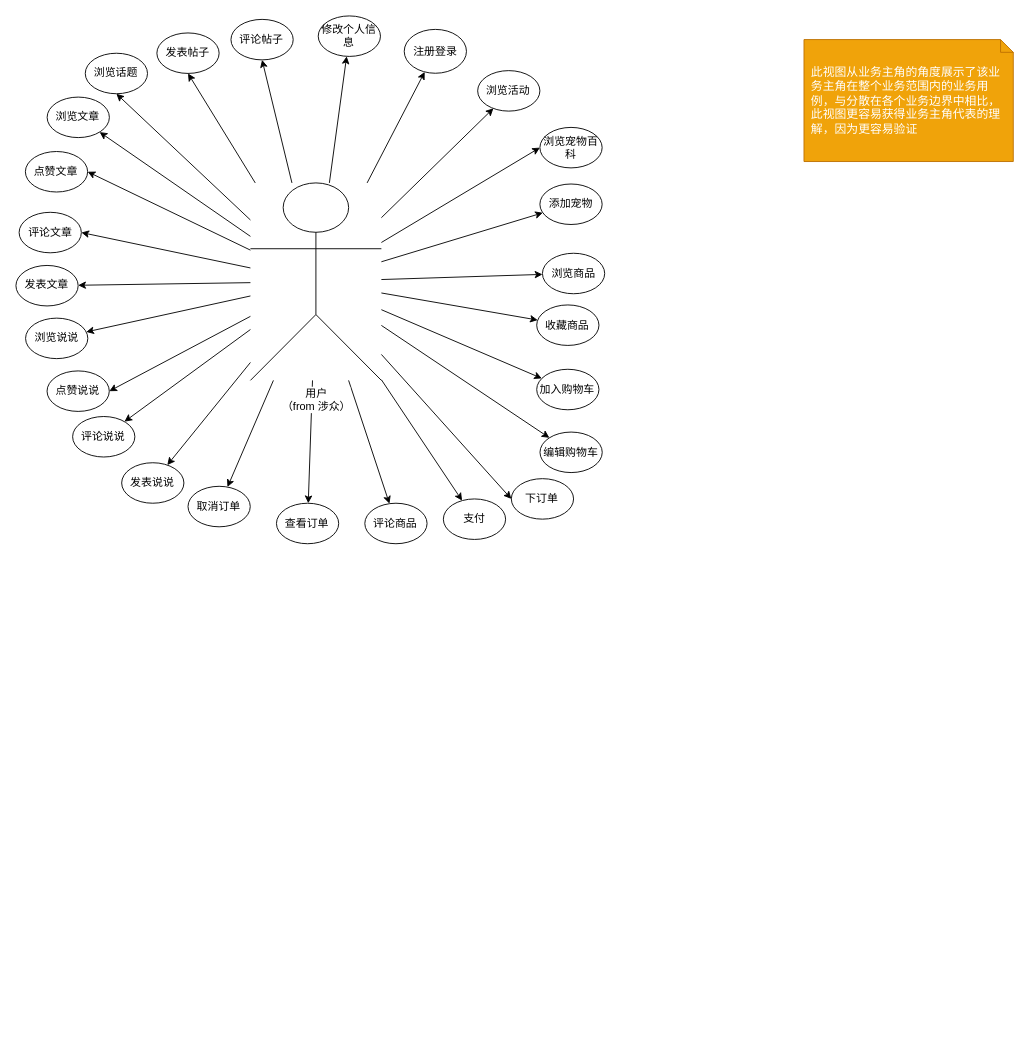
Above: uml-业务模型.drawio in JMHello/draw (draw.io), before the change. Source tidied: cells renumbered, new cells numbered last; positions are measured from the earlier drawing's top-left corner, leaving out a move shared by most shapes. Both pictures are drawn from the tidied source at 91%, with x=0, y=0 at pixel (15, 15).
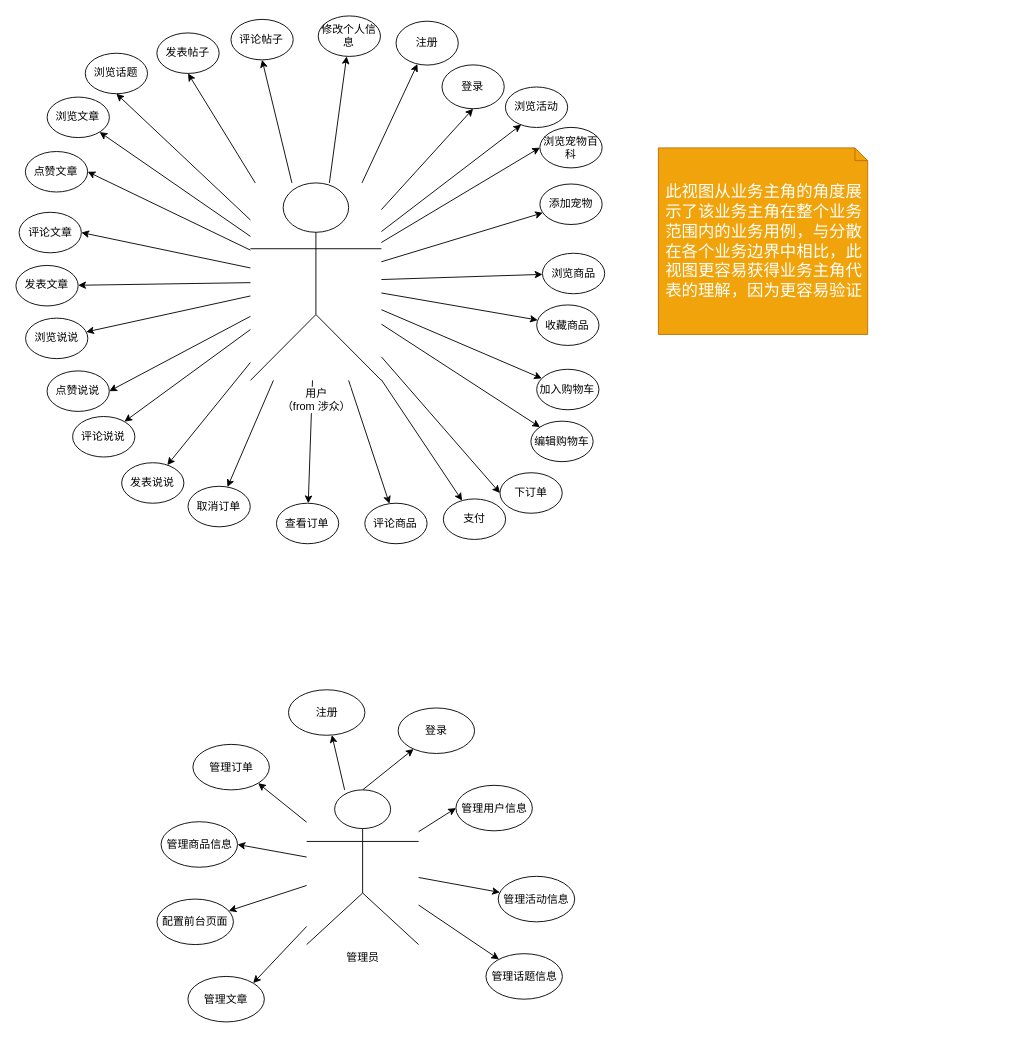
The same diagram, later.

The change refers to these unchanged cells:
```xml
<mxCell id="53" value="用户&lt;br&gt;（from 涉众）&lt;br&gt;" style="shape=umlActor;verticalLabelPosition=bottom;labelBackgroundColor=#ffffff;verticalAlign=top;html=1;" parent="1" vertex="1">
  <mxGeometry x="257.7" y="183.5" width="143.9" height="217" as="geometry" />
</mxCell>
```

The edit, as a diff of the source:
```diff
@@
+    <mxCell id="54" style="edgeStyle=none;rounded=0;jettySize=auto;html=1;" parent="1" edge="1" source="63" target="64">
+      <mxGeometry relative="1" as="geometry" />
+    </mxCell>
+    <mxCell id="55" style="edgeStyle=none;rounded=0;jettySize=auto;html=1;exitX=0.5;exitY=0;exitDx=0;exitDy=0;exitPerimeter=0;" parent="1" edge="1" source="63" target="65">
+      <mxGeometry relative="1" as="geometry" />
+    </mxCell>
+    <mxCell id="56" style="edgeStyle=none;rounded=0;jettySize=auto;html=1;entryX=0;entryY=0.5;entryDx=0;entryDy=0;" parent="1" edge="1" source="63" target="66">
+      <mxGeometry relative="1" as="geometry" />
+    </mxCell>
+    <mxCell id="57" style="edgeStyle=none;rounded=0;jettySize=auto;html=1;" parent="1" edge="1" source="63" target="67">
+      <mxGeometry relative="1" as="geometry" />
+    </mxCell>
+    <mxCell id="58" style="edgeStyle=none;rounded=0;jettySize=auto;html=1;" parent="1" edge="1" source="63" target="68">
+      <mxGeometry relative="1" as="geometry" />
+    </mxCell>
+    <mxCell id="59" style="edgeStyle=none;rounded=0;jettySize=auto;html=1;entryX=1;entryY=1;entryDx=0;entryDy=0;" parent="1" edge="1" source="63" target="70">
+      <mxGeometry relative="1" as="geometry" />
+    </mxCell>
+    <mxCell id="60" style="edgeStyle=none;rounded=0;jettySize=auto;html=1;entryX=1;entryY=0.5;entryDx=0;entryDy=0;" parent="1" edge="1" source="63" target="69">
+      <mxGeometry relative="1" as="geometry" />
+    </mxCell>
+    <mxCell id="61" style="edgeStyle=none;rounded=0;jettySize=auto;html=1;" parent="1" edge="1" source="63" target="71">
+      <mxGeometry relative="1" as="geometry" />
+    </mxCell>
+    <mxCell id="62" style="edgeStyle=none;rounded=0;jettySize=auto;html=1;entryX=1;entryY=0;entryDx=0;entryDy=0;" parent="1" edge="1" source="63" target="72">
+      <mxGeometry relative="1" as="geometry" />
+    </mxCell>
+    <mxCell id="63" value="管理员" style="shape=umlActor;verticalLabelPosition=bottom;labelBackgroundColor=#ffffff;verticalAlign=top;html=1;outlineConnect=0;" parent="1" vertex="1">
+      <mxGeometry x="319.5" y="850.5" width="123" height="170" as="geometry" />
+    </mxCell>
+    <mxCell id="64" value="注册" style="ellipse;whiteSpace=wrap;html=1;" parent="1" vertex="1">
+      <mxGeometry x="299.5" y="740.5" width="84" height="50" as="geometry" />
+    </mxCell>
+    <mxCell id="65" value="登录" style="ellipse;whiteSpace=wrap;html=1;" parent="1" vertex="1">
+      <mxGeometry x="420" y="760.5" width="84" height="50" as="geometry" />
+    </mxCell>
+    <mxCell id="66" value="管理用户信息" style="ellipse;whiteSpace=wrap;html=1;" parent="1" vertex="1">
+      <mxGeometry x="483.5" y="845.5" width="84" height="50" as="geometry" />
+    </mxCell>
+    <mxCell id="67" value="管理活动信息" style="ellipse;whiteSpace=wrap;html=1;" parent="1" vertex="1">
+      <mxGeometry x="530" y="945.5" width="84" height="50" as="geometry" />
+    </mxCell>
+    <mxCell id="68" value="管理话题信息" style="ellipse;whiteSpace=wrap;html=1;" parent="1" vertex="1">
+      <mxGeometry x="516.5" y="1030.5" width="84" height="50" as="geometry" />
+    </mxCell>
+    <mxCell id="69" value="管理商品信息" style="ellipse;whiteSpace=wrap;html=1;" parent="1" vertex="1">
+      <mxGeometry x="159.5" y="885.5" width="84" height="50" as="geometry" />
+    </mxCell>
+    <mxCell id="70" value="管理订单" style="ellipse;whiteSpace=wrap;html=1;" parent="1" vertex="1">
+      <mxGeometry x="194.5" y="800.5" width="84" height="50" as="geometry" />
+    </mxCell>
+    <mxCell id="71" value="配置前台页面" style="ellipse;whiteSpace=wrap;html=1;" parent="1" vertex="1">
+      <mxGeometry x="155" y="970.5" width="84" height="50" as="geometry" />
+    </mxCell>
+    <mxCell id="72" value="管理文章" style="ellipse;whiteSpace=wrap;html=1;" parent="1" vertex="1">
+      <mxGeometry x="189" y="1055.5" width="84" height="50" as="geometry" />
+    </mxCell>
-    <mxCell id="2" value="此视图从业务主角的角度展示了该业务主角在整个业务范围内的业务用例，与分散在各个业务边界中相比，此视图更容易获得业务主角代表的理解，因为更容易验证" style="shape=note;whiteSpace=wrap;html=1;size=14;verticalAlign=middle;align=left;spacingTop=0;fillColor=#f0a30a;strokeColor=#BD7000;fontColor=#ffffff;spacingLeft=6;spacingRight=6;fontSize=13;" parent="1" vertex="1">
-      <mxGeometry x="866" y="26" width="230" height="134" as="geometry" />
+    <mxCell id="2" value="&lt;font style=&quot;font-size: 18px&quot;&gt;此视图从业务主角的角度展示了该业务主角在整个业务范围内的业务用例，与分散在各个业务边界中相比，此视图更容易获得业务主角代表的理解，因为更容易验证&lt;/font&gt;" style="shape=note;whiteSpace=wrap;html=1;size=14;verticalAlign=middle;align=left;spacingTop=0;fillColor=#f0a30a;strokeColor=#BD7000;fontColor=#ffffff;spacingLeft=6;spacingRight=6;fontSize=13;" parent="1" vertex="1">
+      <mxGeometry x="706" y="145" width="230" height="205" as="geometry" />
     </mxCell>
-    <mxCell id="3" value="注册登录" style="ellipse;whiteSpace=wrap;html=1;" parent="1" vertex="1">
-      <mxGeometry x="426.7" y="14.8" width="68.4" height="48.2" as="geometry" />
+    <mxCell id="3" value="注册" style="ellipse;whiteSpace=wrap;html=1;" parent="1" vertex="1">
+      <mxGeometry x="417.7" y="5.8" width="68.4" height="48.2" as="geometry" />
     </mxCell>
@@
     <mxCell id="29" value="浏览活动" style="ellipse;whiteSpace=wrap;html=1;" parent="1" vertex="1">
-      <mxGeometry x="507.4" y="60.1" width="68.4" height="44.5" as="geometry" />
+      <mxGeometry x="537.9" y="78.1" width="68.4" height="44.5" as="geometry" />
     </mxCell>
@@
     <mxCell id="41" value="编辑购物车" style="ellipse;whiteSpace=wrap;html=1;" parent="1" vertex="1">
-      <mxGeometry x="575.9" y="457.3" width="68.4" height="44.5" as="geometry" />
+      <mxGeometry x="565.9" y="445.3" width="68.4" height="44.5" as="geometry" />
     </mxCell>
@@
     <mxCell id="43" value="下订单" style="ellipse;whiteSpace=wrap;html=1;" parent="1" vertex="1">
-      <mxGeometry x="544.4" y="508.5" width="68.4" height="44.5" as="geometry" />
+      <mxGeometry x="531.9" y="502" width="68.4" height="44.5" as="geometry" />
     </mxCell>
@@
+    <mxCell id="73" style="rounded=0;jettySize=auto;html=1;entryX=0.5;entryY=1;entryDx=0;entryDy=0;" parent="1" edge="1" source="53" target="74">
+      <mxGeometry relative="1" as="geometry" />
+    </mxCell>
@@
+    <mxCell id="74" value="登录" style="ellipse;whiteSpace=wrap;html=1;" parent="1" vertex="1">
+      <mxGeometry x="468.2" y="53.8" width="68.4" height="48.2" as="geometry" />
+    </mxCell>
```
